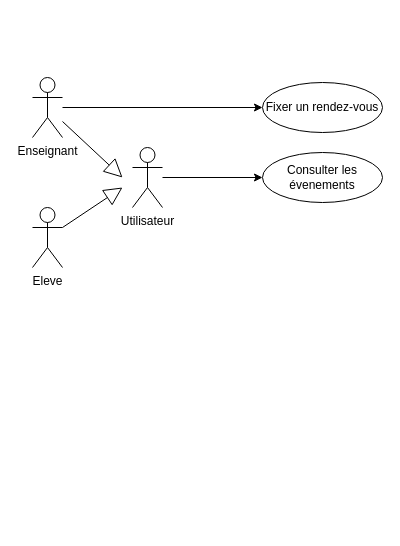
Before: page "Calendrier" (3 of 5) of Cas_d_utilisation.drawio in Willy-tec/WastiauxWilliam_10_19062021, a draw.io diagram. Source tidied: cells renumbered, new cells numbered last; positions are measured from the earlier drawing's top-left corner, leaving out a move shared by most shapes. Both pictures are drawn from the tidied source at 100%, with x=0, y=0 at pixel (32, 77).
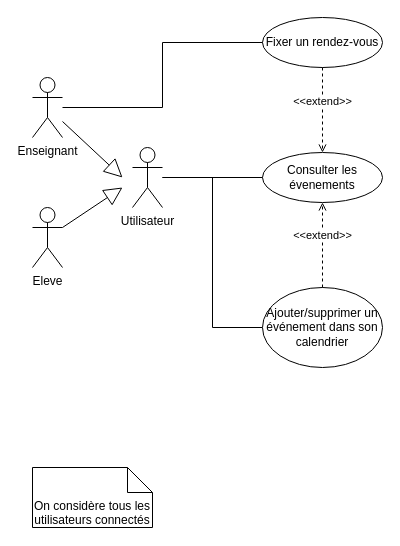
The same page after the edit.

Diff of the diagram source:
```diff
@@
 <mxGraphModel>
   <root>
     <mxCell id="0" />
     <mxCell id="1" parent="0" />
     <mxCell id="2" value="Consulter les évenements" style="ellipse;whiteSpace=wrap;html=1;" parent="1" vertex="1">
       <mxGeometry x="230" y="75" width="120" height="50" as="geometry" />
     </mxCell>
     <mxCell id="3" value="Fixer un rendez-vous" style="ellipse;whiteSpace=wrap;html=1;" parent="1" vertex="1">
-      <mxGeometry x="230" y="5" width="120" height="50" as="geometry" />
+      <mxGeometry x="230" y="-60" width="120" height="50" as="geometry" />
     </mxCell>
-    <mxCell id="4" style="edgeStyle=orthogonalEdgeStyle;rounded=0;jumpSize=6;jettySize=auto;html=1;entryX=0;entryY=0.5;entryDx=0;entryDy=0;shadow=0;" parent="1" edge="1" source="5" target="2">
+    <mxCell id="4" style="edgeStyle=orthogonalEdgeStyle;rounded=0;jumpSize=6;jettySize=auto;html=1;entryX=0;entryY=0.5;entryDx=0;entryDy=0;shadow=0;endArrow=none;endFill=0;" parent="1" edge="1" source="5" target="2">
       <mxGeometry relative="1" as="geometry" />
     </mxCell>
+    <mxCell id="11" style="edgeStyle=orthogonalEdgeStyle;rounded=0;jettySize=auto;html=1;entryX=0;entryY=0.5;entryDx=0;entryDy=0;endArrow=none;endFill=0;" parent="1" edge="1" source="5" target="12">
+      <mxGeometry relative="1" as="geometry" />
+    </mxCell>
     <mxCell id="5" value="Utilisateur" style="shape=umlActor;verticalLabelPosition=bottom;verticalAlign=top;html=1;outlineConnect=0;" parent="1" vertex="1">
       <mxGeometry x="100" y="70" width="30" height="60" as="geometry" />
     </mxCell>
-    <mxCell id="6" style="edgeStyle=orthogonalEdgeStyle;rounded=0;jumpSize=6;jettySize=auto;html=1;entryX=0;entryY=0.5;entryDx=0;entryDy=0;shadow=0;" parent="1" edge="1" source="7" target="3">
+    <mxCell id="6" style="edgeStyle=orthogonalEdgeStyle;rounded=0;jumpSize=6;jettySize=auto;html=1;entryX=0;entryY=0.5;entryDx=0;entryDy=0;shadow=0;endArrow=none;endFill=0;" parent="1" edge="1" source="7" target="3">
       <mxGeometry relative="1" as="geometry" />
     </mxCell>
     <mxCell id="7" value="Enseignant" style="shape=umlActor;verticalLabelPosition=bottom;verticalAlign=top;html=1;outlineConnect=0;" parent="1" vertex="1">
       <mxGeometry width="30" height="60" as="geometry" />
     </mxCell>
     <mxCell id="8" value="Eleve" style="shape=umlActor;verticalLabelPosition=bottom;verticalAlign=top;html=1;outlineConnect=0;" parent="1" vertex="1">
       <mxGeometry y="130" width="30" height="60" as="geometry" />
     </mxCell>
     <mxCell id="9" style="endArrow=block;endSize=16;endFill=0;html=1;shadow=0;" parent="1" edge="1" source="7">
       <mxGeometry relative="1" as="geometry">
         <mxPoint x="90" y="100" as="targetPoint" />
       </mxGeometry>
     </mxCell>
     <mxCell id="10" style="endArrow=block;endSize=16;endFill=0;html=1;shadow=0;" parent="1" edge="1" source="8">
       <mxGeometry relative="1" as="geometry">
         <mxPoint x="90" y="110" as="targetPoint" />
       </mxGeometry>
     </mxCell>
+    <mxCell id="12" value="Ajouter/supprimer un événement dans son calendrier" style="ellipse;whiteSpace=wrap;html=1;" parent="1" vertex="1">
+      <mxGeometry x="230" y="210" width="120" height="80" as="geometry" />
+    </mxCell>
+    <mxCell id="13" value="&lt;span style=&quot;background-color: rgb(255 , 255 , 255)&quot;&gt;&amp;lt;&amp;lt;extend&amp;gt;&amp;gt;&lt;/span&gt;" style="html=1;verticalAlign=bottom;labelBackgroundColor=none;endArrow=open;endFill=0;dashed=1;exitX=0.5;exitY=1;exitDx=0;exitDy=0;entryX=0.5;entryY=0;entryDx=0;entryDy=0;jumpSize=6;shadow=0;strokeColor=#000000;" parent="1" edge="1" source="3" target="2">
+      <mxGeometry relative="1" as="geometry" />
+    </mxCell>
+    <mxCell id="14" value="&lt;span style=&quot;background-color: rgb(255 , 255 , 255)&quot;&gt;&amp;lt;&amp;lt;extend&amp;gt;&amp;gt;&lt;/span&gt;" style="html=1;verticalAlign=bottom;labelBackgroundColor=none;endArrow=open;endFill=0;dashed=1;jumpSize=6;shadow=0;strokeColor=#000000;exitX=0.5;exitY=0;exitDx=0;exitDy=0;entryX=0.5;entryY=1;entryDx=0;entryDy=0;" parent="1" edge="1" source="12" target="2">
+      <mxGeometry relative="1" as="geometry" />
+    </mxCell>
+    <mxCell id="15" value="On considère tous les utilisateurs connectés" style="shape=note2;boundedLbl=1;whiteSpace=wrap;html=1;size=25;verticalAlign=top;align=center;" parent="1" vertex="1">
+      <mxGeometry y="390" width="120" height="60" as="geometry" />
+    </mxCell>
   </root>
 </mxGraphModel>
```
